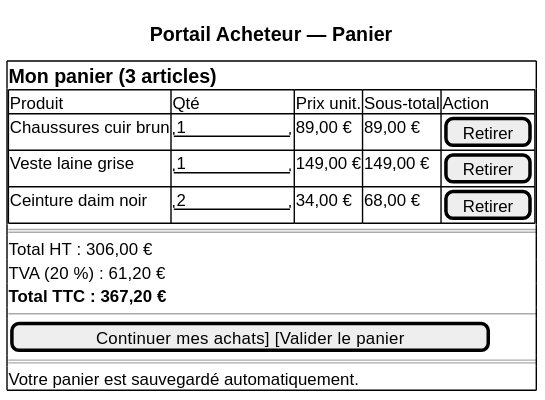
This is architecture/04-physical-architecture/diagrams/ihm-pa-panier.svg from louistalvande/online_shop, a PlantUML export, as it was before one commit.
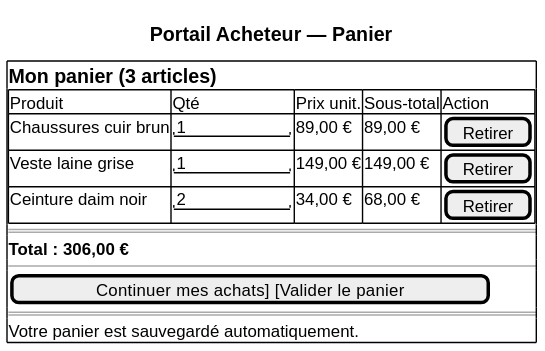
The same file after the commit.

Diff of the diagram source:
```diff
@@ -10,9 +10,7 @@
     Ceinture daim noir   | "2         " | 34,00 €    | 68,00 €    | [Retirer]
   }
   ==
-  Total HT : 306,00 €
-  TVA (20 %) : 61,20 €
-  **Total TTC : 367,20 €**
+  **Total : 306,00 €**
   --
   [Continuer mes achats]   [Valider le panier]
   ==
```
